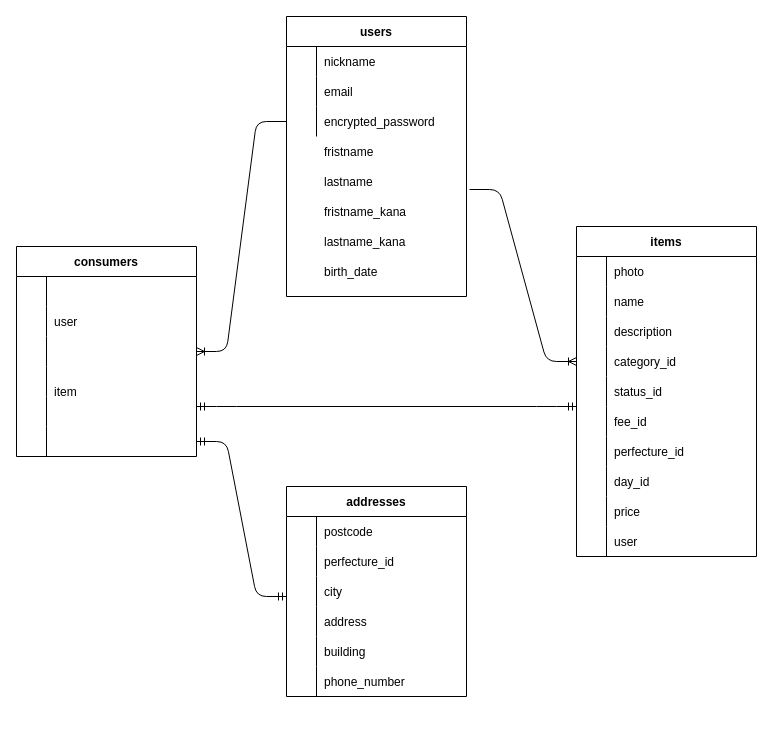
Earlier version of the draw.io diagram furima_33819.dio (K-OSG/furima-33819). Source tidied: cells renumbered, new cells numbered last; positions are measured from the earlier drawing's top-left corner, leaving out a move shared by most shapes. Both pictures are drawn from the tidied source at 100%, with x=0, y=0 at pixel (16, 16).
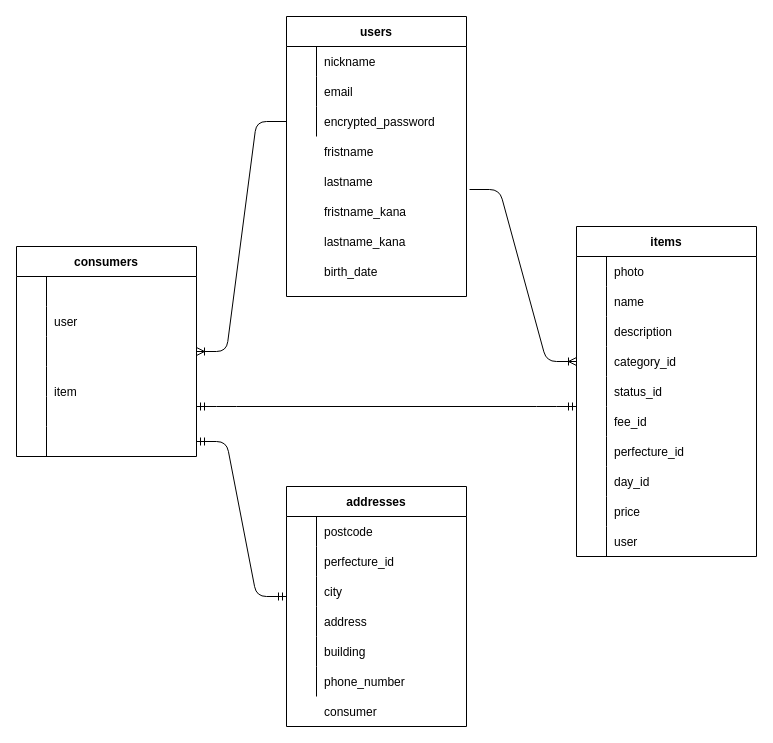
The same page after the edit.

Commit message (it also covers changes not shown here):
データベース設計の修正３回目

What changed in the source:
```diff
@@
     <mxCell id="84" value="addresses" style="shape=table;startSize=30;childLayout=tableLayout;rowLines=0;fontStyle=1;align=center;" parent="1" vertex="1">
-      <mxGeometry x="270" y="470" width="180" height="210" as="geometry" />
+      <mxGeometry x="270" y="470" width="180" height="240" as="geometry" />
     </mxCell>
@@
+    <mxCell id="105" value="consumer" style="shape=partialRectangle;fillColor=none;top=0;left=0;bottom=0;right=0;align=left;spacingLeft=6;overflow=hidden;" parent="1" vertex="1">
+      <mxGeometry x="300" y="680" width="150" height="30" as="geometry" />
+    </mxCell>
```
